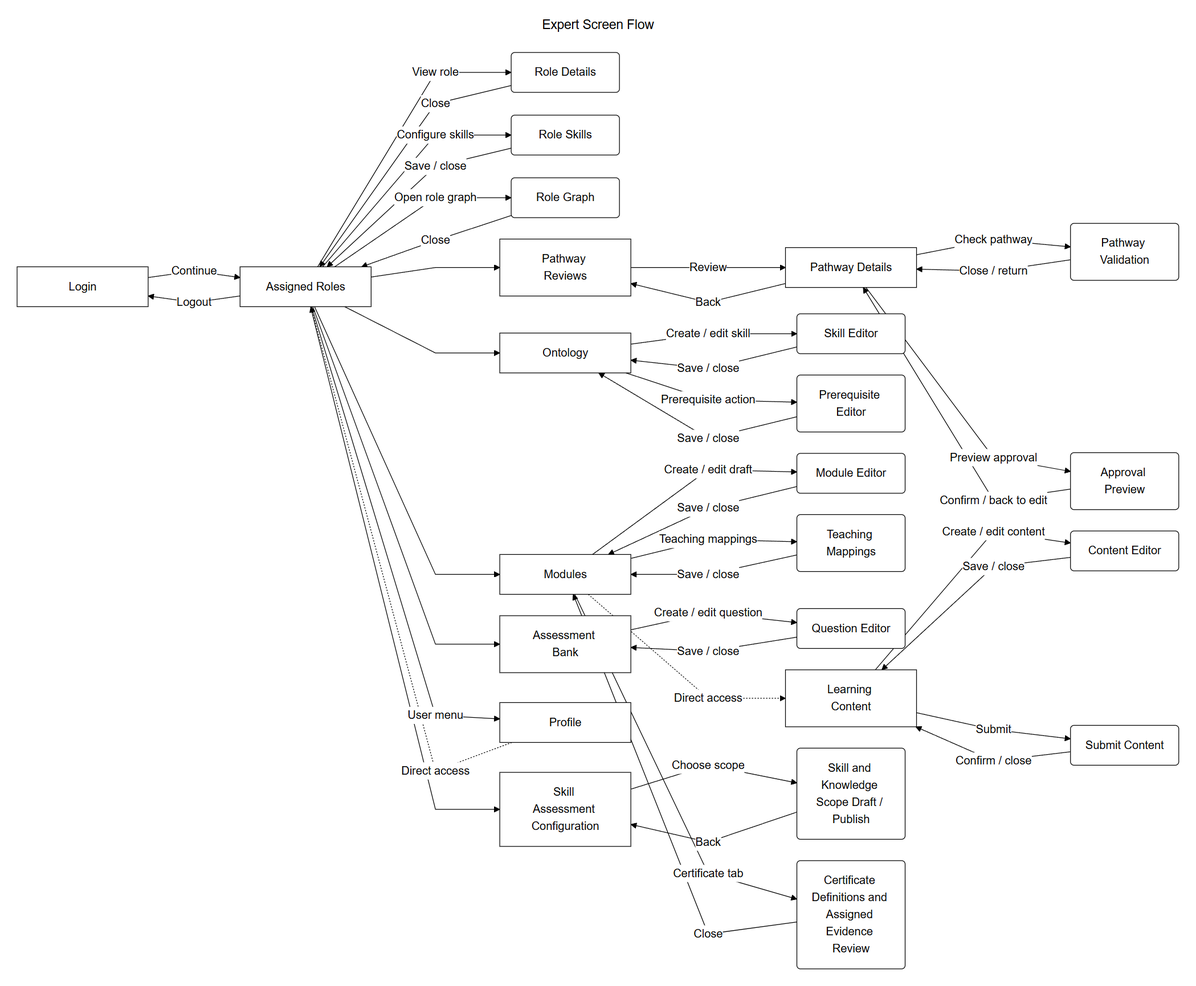
This is documents/diagrams/mermaid/screen-flow-expert.png from SEP490-Fall-2026-GFA26SE64/SEP490, a Mermaid export, as it was before one commit. Its source is kept beside it as documents/diagrams/mermaid/screen-flow-expert.mmd.
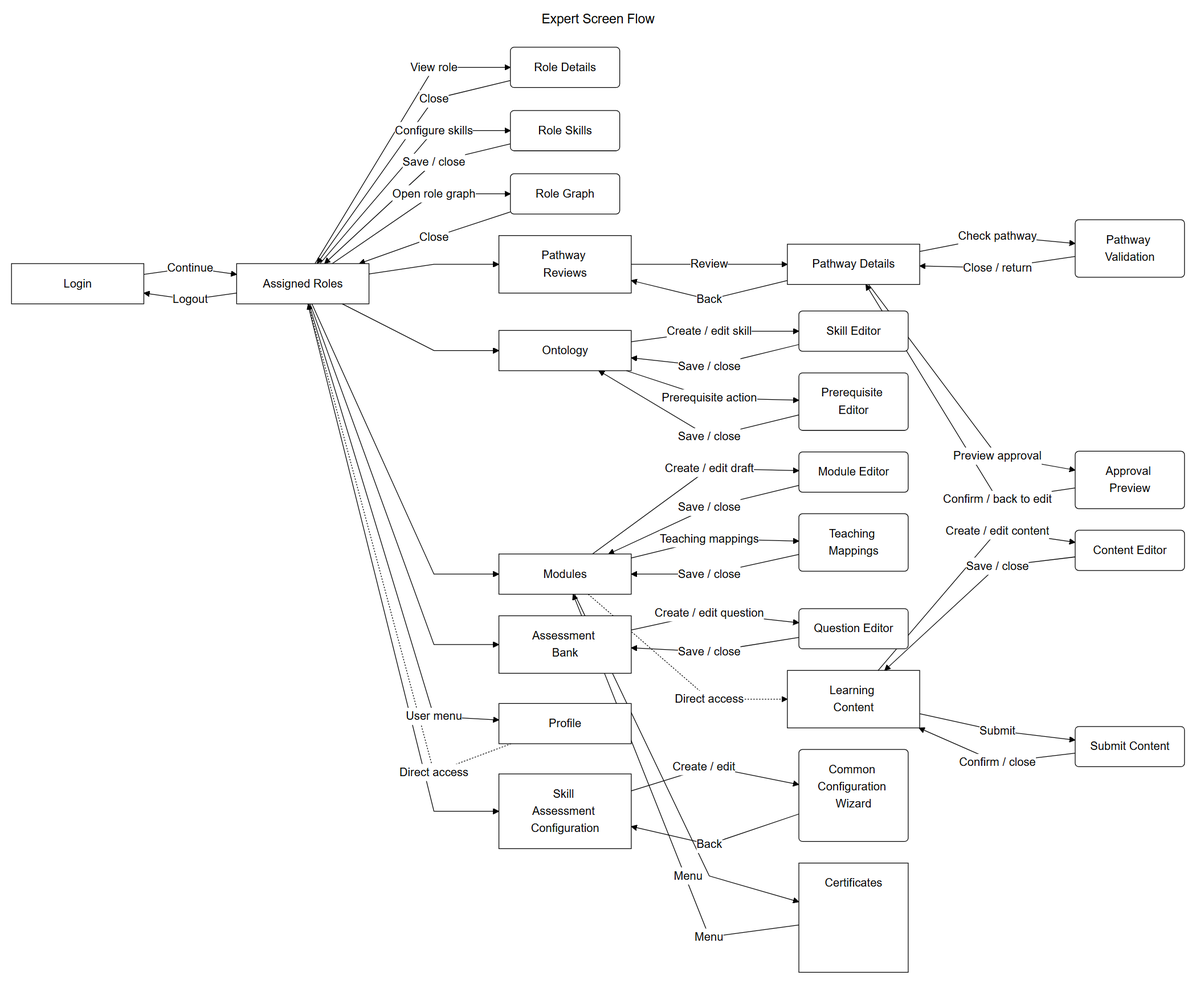
After the change.

Change to the diagram source:
```diff
@@ -72,10 +72,10 @@
   classDef default fill:#ffffff,stroke:#000000,color:#000000,stroke-width:1px
 
   E_SkillPolicies["Skill Assessment Configuration"]
-  E_SkillPolicy("Skill and Knowledge Scope Draft / Publish")
-  E_Certificates("Certificate Definitions and Assigned Evidence Review")
+  E_SkillPolicy("Common Configuration Wizard")
+  E_Certificates["Certificates"]
   E_Roles --> E_SkillPolicies
-  E_SkillPolicies -->|"Choose scope"| E_SkillPolicy
+  E_SkillPolicies -->|"Create / edit"| E_SkillPolicy
   E_SkillPolicy -->|"Back"| E_SkillPolicies
-  E_Modules -->|"Certificate tab"| E_Certificates
-  E_Certificates -->|"Close"| E_Modules
+  E_Modules -->|"Menu"| E_Certificates
+  E_Certificates -->|"Menu"| E_Modules
```
